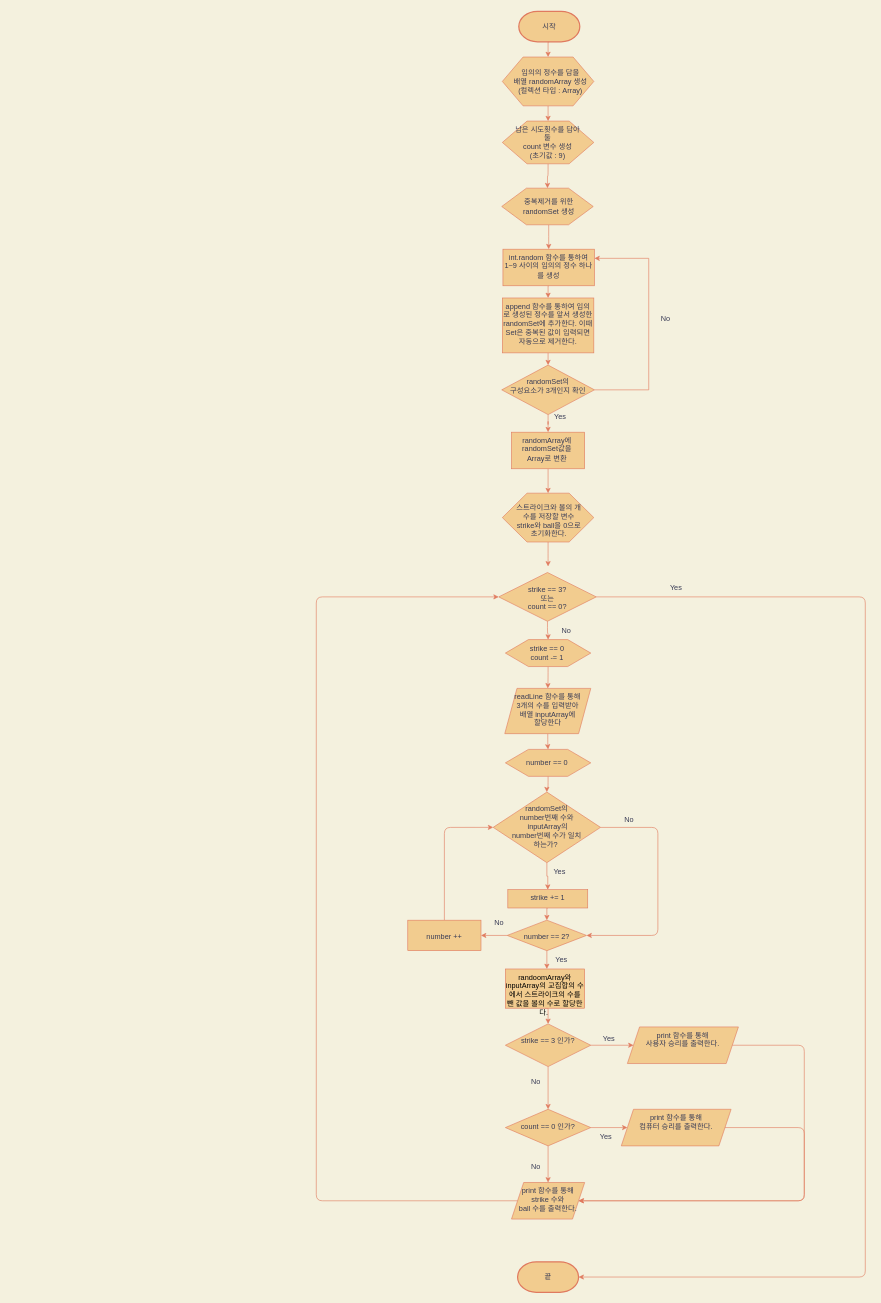
Above: ios-number-baseball-flowchart.drawio in yagom-academy/ios-number-baseball (draw.io), before the change. Source tidied: cells renumbered, new cells numbered last; positions are measured from the earlier drawing's top-left corner, leaving out a move shared by most shapes. Both pictures are drawn from the tidied source at 61%, with x=0, y=0 at pixel (316, 11).
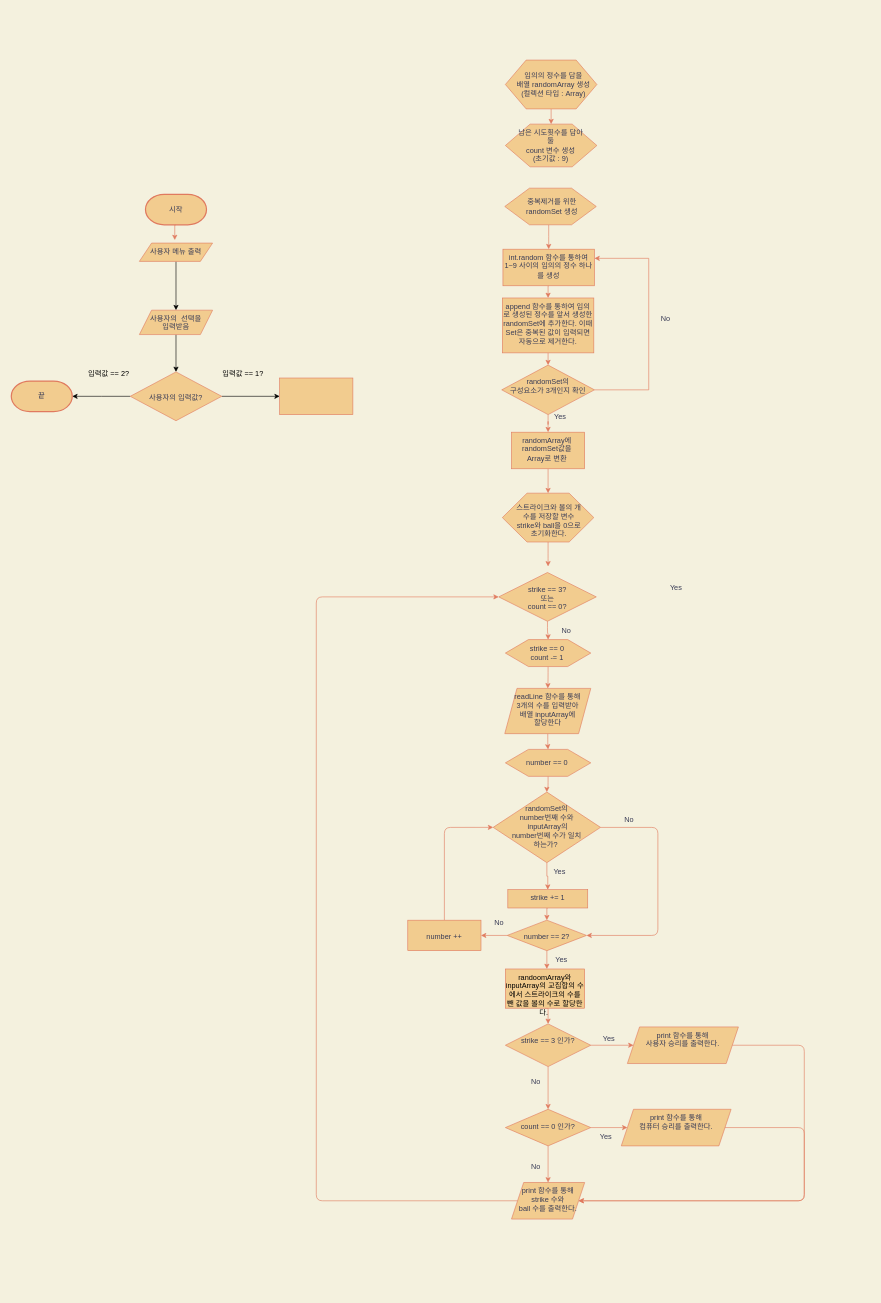
The same diagram, later.

Commit message:
docs: Step2을 위한 순서도 수정

The change refers to these unchanged cells:
```xml
<mxCell id="14" value="int.random 함수를 통하여 1~9 사이의 임의의 정수 하나를 생성" style="whiteSpace=wrap;html=1;verticalAlign=top;arcSize=6;fillColor=#F2CC8F;strokeColor=#E07A5F;fontColor=#393C56;" parent="1" vertex="1">
  <mxGeometry x="306" y="390" width="150" height="60" as="geometry" />
</mxCell>
<mxCell id="70" value="&lt;br&gt;strike == 3?&lt;br&gt;또는&lt;br&gt;count == 0?" style="rhombus;whiteSpace=wrap;html=1;verticalAlign=top;arcSize=6;fillColor=#F2CC8F;strokeColor=#E07A5F;fontColor=#393C56;" parent="1" vertex="1">
  <mxGeometry x="299" y="920" width="160" height="80" as="geometry" />
</mxCell>
```

The edit, as a diff of the source:
```diff
@@
-    <mxCell id="2" style="edgeStyle=orthogonalEdgeStyle;rounded=0;jettySize=auto;html=1;exitX=0.5;exitY=1;exitDx=0;exitDy=0;exitPerimeter=0;entryX=0.5;entryY=0;entryDx=0;entryDy=0;labelBackgroundColor=#F4F1DE;strokeColor=#E07A5F;fontColor=#393C56;" parent="1" edge="1" source="3" target="5">
-      <mxGeometry relative="1" as="geometry" />
+    <mxCell id="2" style="edgeStyle=orthogonalEdgeStyle;rounded=0;jettySize=auto;html=1;exitX=0.5;exitY=1;exitDx=0;exitDy=0;exitPerimeter=0;entryX=0.5;entryY=0;entryDx=0;entryDy=0;labelBackgroundColor=#F4F1DE;strokeColor=#E07A5F;fontColor=#393C56;" parent="1" edge="1" source="3">
+      <mxGeometry relative="1" as="geometry">
+        <mxPoint x="-232" y="375" as="targetPoint" />
+      </mxGeometry>
     </mxCell>
     <mxCell id="3" value="시작" style="strokeWidth=2;html=1;shape=mxgraph.flowchart.terminator;whiteSpace=wrap;fillColor=#F2CC8F;strokeColor=#E07A5F;fontColor=#393C56;" parent="1" vertex="1">
-      <mxGeometry x="332" width="100" height="50" as="geometry" />
+      <mxGeometry x="-280" y="300" width="100" height="50" as="geometry" />
     </mxCell>
-    <mxCell id="4" style="edgeStyle=orthogonalEdgeStyle;rounded=0;jettySize=auto;html=1;exitX=0.5;exitY=1;exitDx=0;exitDy=0;entryX=0.5;entryY=0;entryDx=0;entryDy=0;labelBackgroundColor=#F4F1DE;strokeColor=#E07A5F;fontColor=#393C56;" parent="1" edge="1" source="5" target="8">
-      <mxGeometry relative="1" as="geometry" />
-    </mxCell>
-    <mxCell id="5" style="verticalLabelPosition=bottom;verticalAlign=top;html=1;shape=hexagon;perimeter=hexagonPerimeter2;arcSize=6;size=0.22666666666666666;fillColor=#F2CC8F;strokeColor=#E07A5F;fontColor=#393C56;" parent="1" vertex="1">
-      <mxGeometry x="305" y="75" width="150" height="80" as="geometry" />
-    </mxCell>
-    <mxCell id="6" value="임의의 정수를 담을 &lt;br&gt;배열 randomArray 생성&lt;br&gt;(컬렉션 타입 : Array)" style="text;html=1;strokeColor=none;fillColor=none;align=center;verticalAlign=middle;whiteSpace=wrap;rounded=0;fontColor=#393C56;" parent="1" vertex="1">
-      <mxGeometry x="321.5" y="100" width="124" height="30" as="geometry" />
-    </mxCell>
-    <mxCell id="7" style="edgeStyle=orthogonalEdgeStyle;curved=0;rounded=1;sketch=0;jettySize=auto;html=1;entryX=0.5;entryY=0;entryDx=0;entryDy=0;fontColor=#393C56;strokeColor=#E07A5F;fillColor=#F2CC8F;" parent="1" edge="1" source="8" target="58">
-      <mxGeometry relative="1" as="geometry">
-        <Array as="points">
-          <mxPoint x="380" y="270" />
-        </Array>
-      </mxGeometry>
-    </mxCell>
-    <mxCell id="8" style="verticalLabelPosition=bottom;verticalAlign=top;html=1;shape=hexagon;perimeter=hexagonPerimeter2;arcSize=6;size=0.27;fillColor=#F2CC8F;strokeColor=#E07A5F;fontColor=#393C56;" parent="1" vertex="1">
-      <mxGeometry x="305" y="180" width="150" height="70" as="geometry" />
-    </mxCell>
-    <mxCell id="9" value="남은 시도횟수를 담아둘&lt;br&gt;count 변수 생성&lt;br&gt;(초기값 : 9)" style="text;html=1;strokeColor=none;fillColor=none;align=center;verticalAlign=middle;whiteSpace=wrap;rounded=0;fontColor=#393C56;" parent="1" vertex="1">
-      <mxGeometry x="320.5" y="200" width="117" height="30" as="geometry" />
-    </mxCell>
@@
-    <mxCell id="56" value="끝" style="strokeWidth=2;html=1;shape=mxgraph.flowchart.terminator;whiteSpace=wrap;fillColor=#F2CC8F;strokeColor=#E07A5F;fontColor=#393C56;" parent="1" vertex="1">
-      <mxGeometry x="330" y="2050" width="100" height="50" as="geometry" />
-    </mxCell>
-    <mxCell id="57" style="edgeStyle=orthogonalEdgeStyle;curved=0;rounded=1;sketch=0;jettySize=auto;html=1;entryX=0.5;entryY=0;entryDx=0;entryDy=0;fontColor=#393C56;strokeColor=#E07A5F;fillColor=#F2CC8F;" parent="1" edge="1" source="58" target="14">
+    <mxCell id="57" style="edgeStyle=orthogonalEdgeStyle;curved=0;rounded=1;sketch=0;jettySize=auto;html=1;entryX=0.5;entryY=0;entryDx=0;entryDy=0;fontColor=#393C56;strokeColor=#E07A5F;fillColor=#F2CC8F;" parent="1" edge="1" target="14">
       <mxGeometry relative="1" as="geometry">
+        <mxPoint x="381" y="350" as="sourcePoint" />
         <Array as="points">
           <mxPoint x="381" y="370" />
           <mxPoint x="381" y="370" />
         </Array>
       </mxGeometry>
     </mxCell>
     <mxCell id="58" style="verticalLabelPosition=bottom;verticalAlign=top;html=1;shape=hexagon;perimeter=hexagonPerimeter2;arcSize=6;size=0.27;fillColor=#F2CC8F;strokeColor=#E07A5F;fontColor=#393C56;" parent="1" vertex="1">
-      <mxGeometry x="304" y="290" width="150" height="60" as="geometry" />
+      <mxGeometry x="309" y="290" width="150" height="60" as="geometry" />
     </mxCell>
     <mxCell id="59" value="중복제거를 위한 randomSet 생성&lt;br&gt;" style="text;html=1;strokeColor=none;fillColor=none;align=center;verticalAlign=middle;whiteSpace=wrap;rounded=0;fontColor=#393C56;" parent="1" vertex="1">
-      <mxGeometry x="322.5" y="305" width="117" height="30" as="geometry" />
+      <mxGeometry x="327.5" y="305" width="117" height="30" as="geometry" />
     </mxCell>
@@
-    <mxCell id="69" style="edgeStyle=orthogonalEdgeStyle;curved=0;rounded=1;sketch=0;jettySize=auto;html=1;entryX=1;entryY=0.5;entryDx=0;entryDy=0;entryPerimeter=0;fontColor=#393C56;strokeColor=#E07A5F;fillColor=#F2CC8F;" parent="1" edge="1" source="70" target="56">
-      <mxGeometry relative="1" as="geometry">
-        <Array as="points">
-          <mxPoint x="900" y="960" />
-          <mxPoint x="900" y="2075" />
-        </Array>
-      </mxGeometry>
-    </mxCell>
@@
+    <mxCell id="73" style="edgeStyle=orthogonalEdgeStyle;rounded=0;jettySize=auto;html=1;" parent="1" edge="1" source="74" target="79">
+      <mxGeometry relative="1" as="geometry" />
+    </mxCell>
+    <mxCell id="74" value="사용자 메뉴 출력" style="shape=parallelogram;perimeter=parallelogramPerimeter;whiteSpace=wrap;html=1;fixedSize=1;verticalAlign=top;fillColor=#F2CC8F;strokeColor=#E07A5F;fontColor=#393C56;arcSize=6;" parent="1" vertex="1">
+      <mxGeometry x="-290" y="380" width="120" height="30" as="geometry" />
+    </mxCell>
+    <mxCell id="75" style="edgeStyle=orthogonalEdgeStyle;rounded=0;jettySize=auto;html=1;exitX=0.5;exitY=1;exitDx=0;exitDy=0;entryX=0.5;entryY=0;entryDx=0;entryDy=0;labelBackgroundColor=#F4F1DE;strokeColor=#E07A5F;fontColor=#393C56;" parent="1" edge="1" source="76" target="77">
+      <mxGeometry relative="1" as="geometry" />
+    </mxCell>
+    <mxCell id="76" style="verticalLabelPosition=bottom;verticalAlign=top;html=1;shape=hexagon;perimeter=hexagonPerimeter2;arcSize=6;size=0.22666666666666666;fillColor=#F2CC8F;strokeColor=#E07A5F;fontColor=#393C56;" parent="1" vertex="1">
+      <mxGeometry x="310" y="80" width="150" height="80" as="geometry" />
+    </mxCell>
+    <mxCell id="6" value="임의의 정수를 담을 &lt;br&gt;배열 randomArray 생성&lt;br&gt;(컬렉션 타입 : Array)" style="text;html=1;strokeColor=none;fillColor=none;align=center;verticalAlign=middle;whiteSpace=wrap;rounded=0;fontColor=#393C56;" parent="1" vertex="1">
+      <mxGeometry x="326.5" y="105" width="124" height="30" as="geometry" />
+    </mxCell>
+    <mxCell id="77" style="verticalLabelPosition=bottom;verticalAlign=top;html=1;shape=hexagon;perimeter=hexagonPerimeter2;arcSize=6;size=0.27;fillColor=#F2CC8F;strokeColor=#E07A5F;fontColor=#393C56;" parent="1" vertex="1">
+      <mxGeometry x="310" y="185" width="150" height="70" as="geometry" />
+    </mxCell>
+    <mxCell id="9" value="남은 시도횟수를 담아둘&lt;br&gt;count 변수 생성&lt;br&gt;(초기값 : 9)" style="text;html=1;strokeColor=none;fillColor=none;align=center;verticalAlign=middle;whiteSpace=wrap;rounded=0;fontColor=#393C56;" parent="1" vertex="1">
+      <mxGeometry x="325.5" y="205" width="117" height="30" as="geometry" />
+    </mxCell>
+    <mxCell id="78" style="edgeStyle=orthogonalEdgeStyle;rounded=0;jettySize=auto;html=1;" parent="1" edge="1" source="79" target="82">
+      <mxGeometry relative="1" as="geometry" />
+    </mxCell>
+    <mxCell id="79" value="사용자의&amp;nbsp; 선택을 &lt;br&gt;입력받음" style="shape=parallelogram;perimeter=parallelogramPerimeter;whiteSpace=wrap;html=1;fixedSize=1;verticalAlign=top;fillColor=#F2CC8F;strokeColor=#E07A5F;fontColor=#393C56;arcSize=6;" parent="1" vertex="1">
+      <mxGeometry x="-290" y="490" width="120" height="40" as="geometry" />
+    </mxCell>
+    <mxCell id="80" style="edgeStyle=orthogonalEdgeStyle;rounded=0;jettySize=auto;html=1;" parent="1" edge="1" source="82" target="83">
+      <mxGeometry relative="1" as="geometry" />
+    </mxCell>
+    <mxCell id="81" style="edgeStyle=orthogonalEdgeStyle;rounded=0;jettySize=auto;html=1;" parent="1" edge="1" source="82">
+      <mxGeometry relative="1" as="geometry">
+        <mxPoint x="-400" y="631.2" as="targetPoint" />
+      </mxGeometry>
+    </mxCell>
+    <mxCell id="82" value="&lt;br&gt;&lt;br&gt;사용자의 입력값?" style="rhombus;whiteSpace=wrap;html=1;verticalAlign=top;fillColor=#F2CC8F;strokeColor=#E07A5F;fontColor=#393C56;arcSize=6;" parent="1" vertex="1">
+      <mxGeometry x="-305" y="591.2" width="150" height="80" as="geometry" />
+    </mxCell>
+    <mxCell id="83" style="whiteSpace=wrap;html=1;verticalAlign=top;fillColor=#F2CC8F;strokeColor=#E07A5F;fontColor=#393C56;arcSize=6;" parent="1" vertex="1">
+      <mxGeometry x="-60" y="601.2" width="120" height="60" as="geometry" />
+    </mxCell>
+    <mxCell id="84" value="입력값 == 1?" style="text;html=1;strokeColor=none;fillColor=none;align=center;verticalAlign=middle;whiteSpace=wrap;rounded=0;" parent="1" vertex="1">
+      <mxGeometry x="-155" y="580" width="70" height="30" as="geometry" />
+    </mxCell>
+    <mxCell id="85" value="입력값 == 2?" style="text;html=1;strokeColor=none;fillColor=none;align=center;verticalAlign=middle;whiteSpace=wrap;rounded=0;" parent="1" vertex="1">
+      <mxGeometry x="-375" y="580" width="70" height="30" as="geometry" />
+    </mxCell>
+    <mxCell id="56" value="끝" style="strokeWidth=2;html=1;shape=mxgraph.flowchart.terminator;whiteSpace=wrap;fillColor=#F2CC8F;strokeColor=#E07A5F;fontColor=#393C56;" parent="1" vertex="1">
+      <mxGeometry x="-500" y="606.2" width="100" height="50" as="geometry" />
+    </mxCell>
```
